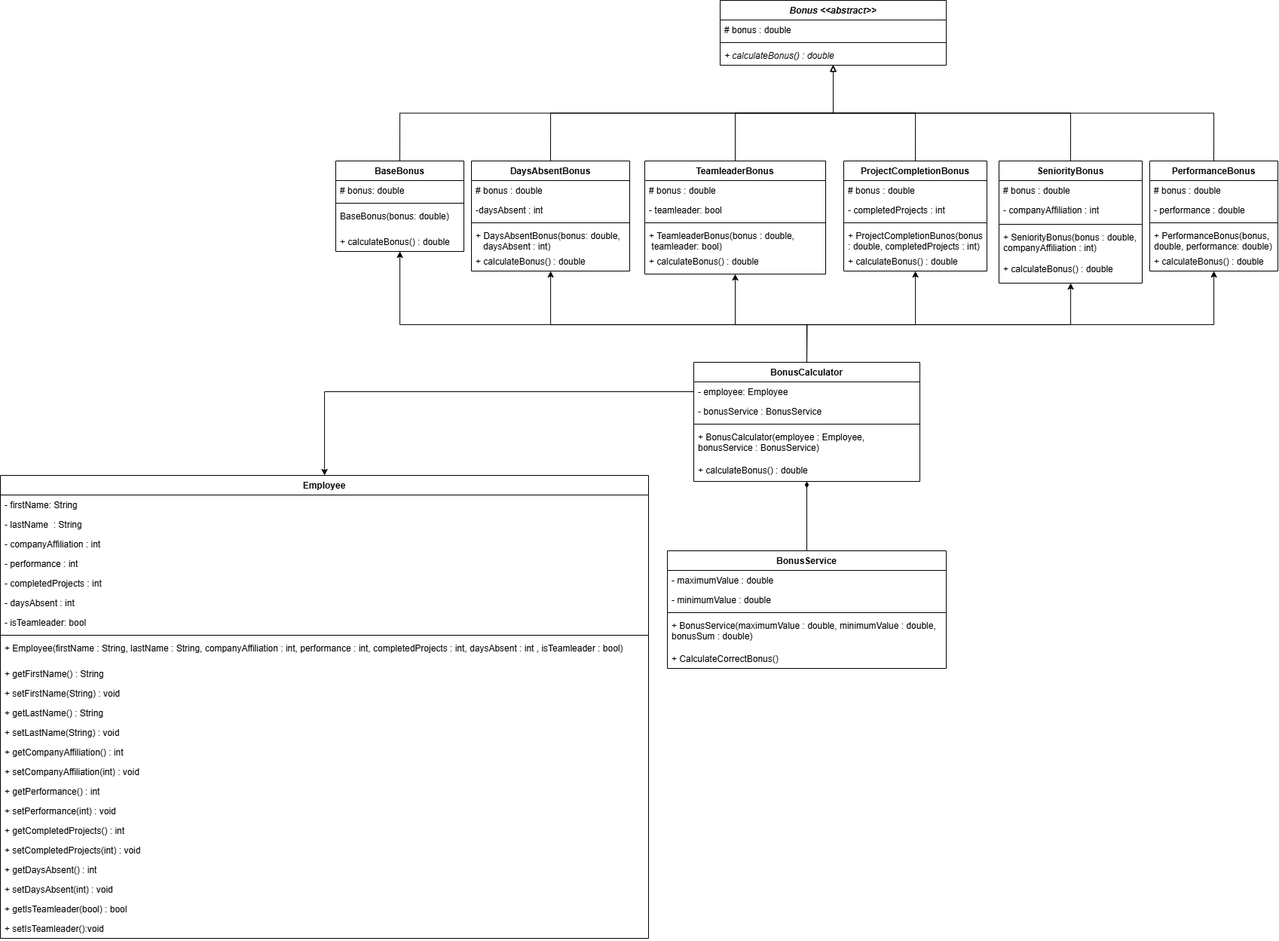
Above: DecoratorKlassendiagramm.png in DennisKasch/decorator-pattern-projekt (draw.io), before the change. Source tidied: cells renumbered, new cells last; positions are measured from the earlier drawing's top-left corner, leaving out a move shared by most shapes.
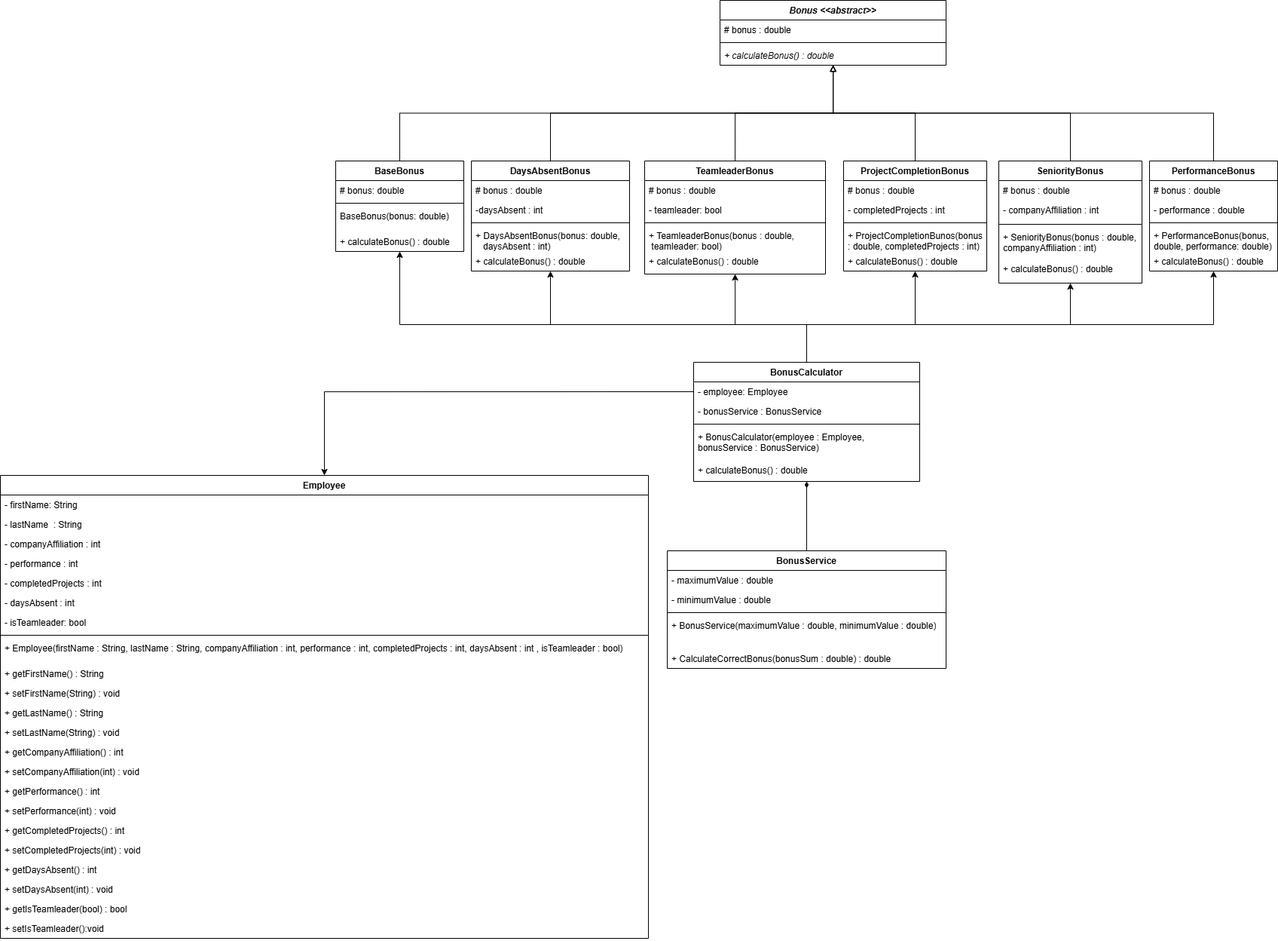
After the change.

Commit message:
Updated Decorator Class Diagram

What changed in the source:
```diff
@@ -218,10 +218,10 @@
     <mxCell id="73" style="line;strokeWidth=1;fillColor=none;align=left;verticalAlign=middle;spacingTop=-1;spacingLeft=3;spacingRight=3;labelPosition=right;strokeColor=inherit;" parent="70" vertex="1">
       <mxGeometry y="78" width="370" height="8" as="geometry" />
     </mxCell>
-    <mxCell id="74" value="+ BonusService(maximumValue : double, minimumValue : double, bonusSum : double)" style="text;strokeColor=none;fillColor=none;align=left;verticalAlign=top;spacingLeft=4;spacingRight=4;overflow=hidden;whiteSpace=wrap;html=1;" parent="70" vertex="1">
+    <mxCell id="74" value="+ BonusService(maximumValue : double, minimumValue : double)" style="text;strokeColor=none;fillColor=none;align=left;verticalAlign=top;spacingLeft=4;spacingRight=4;overflow=hidden;whiteSpace=wrap;html=1;" parent="70" vertex="1">
       <mxGeometry y="86" width="370" height="44" as="geometry" />
     </mxCell>
-    <mxCell id="75" value="+&amp;nbsp;CalculateCorrectBonus()" style="text;strokeColor=none;fillColor=none;align=left;verticalAlign=top;spacingLeft=4;spacingRight=4;overflow=hidden;whiteSpace=wrap;html=1;" parent="70" vertex="1">
+    <mxCell id="75" value="+&amp;nbsp;CalculateCorrectBonus(bonusSum : double) : double" style="text;strokeColor=none;fillColor=none;align=left;verticalAlign=top;spacingLeft=4;spacingRight=4;overflow=hidden;whiteSpace=wrap;html=1;" parent="70" vertex="1">
       <mxGeometry y="130" width="370" height="26" as="geometry" />
     </mxCell>
     <mxCell id="76" style="edgeStyle=orthogonalEdgeStyle;rounded=0;jettySize=auto;html=1;exitX=0.5;exitY=0;exitDx=0;exitDy=0;" parent="1" edge="1" source="82" target="31">
```
